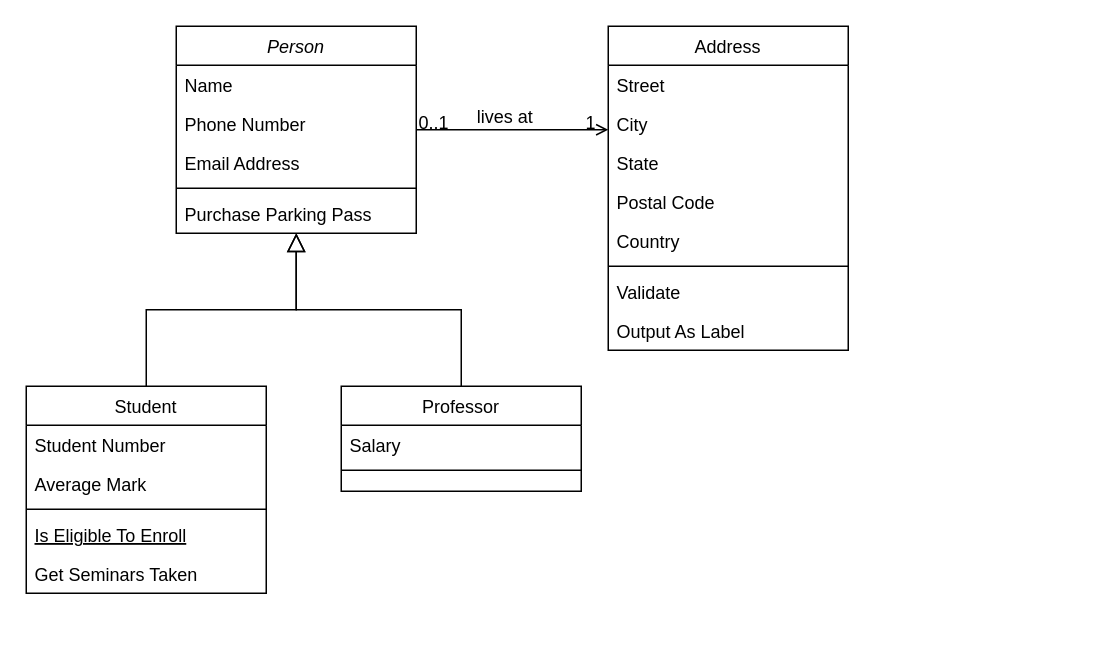
The draw.io diagram 제목 없는 다이어그램.drawio in leejh63/naman, before the edit. Source tidied: cells renumbered, new cells numbered last; positions are measured from the earlier drawing's top-left corner, leaving out a move shared by most shapes. Both pictures are drawn from the tidied source at 150%, with x=0, y=0 at pixel (26, 26).
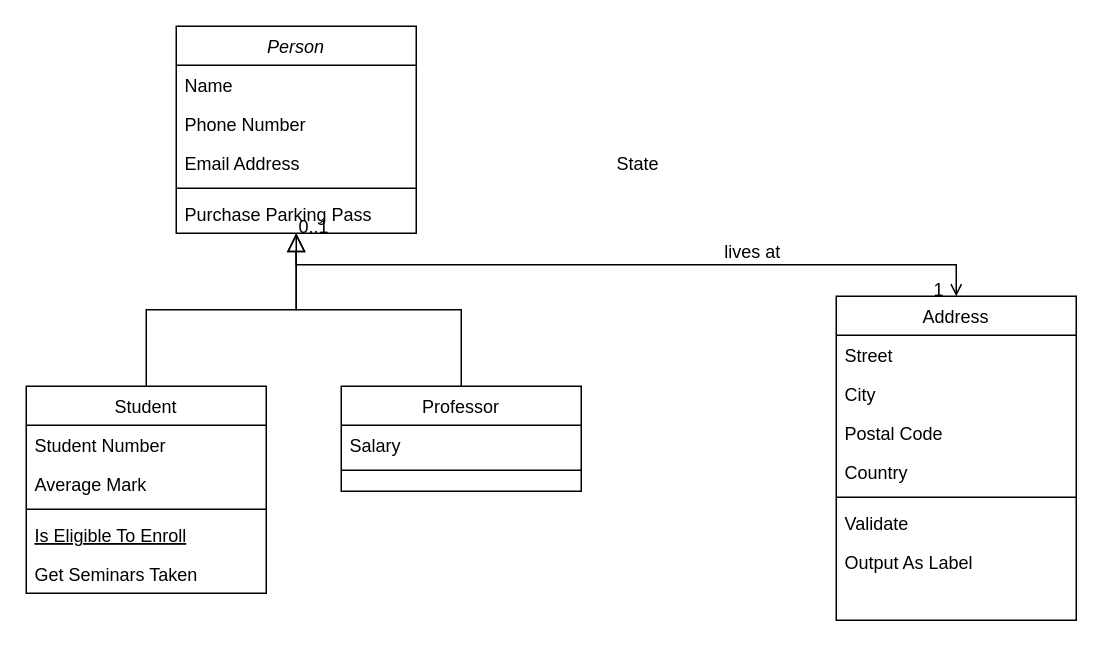
After the change.

Commit message (it also covers changes not shown here):
제목 없는 다이어그램.drawio 업데이트

The edit, as a diff of the source:
```diff
@@
     <mxCell id="19" value="Address" style="swimlane;fontStyle=0;align=center;verticalAlign=top;horizontal=1;startSize=26;rounded=0;shadow=0;strokeWidth=1;" parent="1" vertex="1">
-      <mxGeometry x="388" width="160" height="216" as="geometry" />
+      <mxGeometry x="540" y="180" width="160" height="216" as="geometry" />
     </mxCell>
@@
-    <mxCell id="22" value="State" style="text;align=left;verticalAlign=top;spacingLeft=4;spacingRight=4;overflow=hidden;rounded=0;shadow=0;html=0;" parent="19" vertex="1">
-      <mxGeometry y="78" width="160" height="26" as="geometry" />
-    </mxCell>
     <mxCell id="23" value="Postal Code" style="text;align=left;verticalAlign=top;spacingLeft=4;spacingRight=4;overflow=hidden;rounded=0;shadow=0;html=0;" parent="19" vertex="1">
-      <mxGeometry y="104" width="160" height="26" as="geometry" />
+      <mxGeometry y="78" width="160" height="26" as="geometry" />
     </mxCell>
     <mxCell id="24" value="Country" style="text;align=left;verticalAlign=top;spacingLeft=4;spacingRight=4;overflow=hidden;rounded=0;shadow=0;html=0;" parent="19" vertex="1">
-      <mxGeometry y="130" width="160" height="26" as="geometry" />
+      <mxGeometry y="104" width="160" height="26" as="geometry" />
     </mxCell>
     <mxCell id="25" style="line;html=1;strokeWidth=1;align=left;verticalAlign=middle;spacingTop=-1;spacingLeft=3;spacingRight=3;labelPosition=right;" parent="19" vertex="1">
-      <mxGeometry y="156" width="160" height="8" as="geometry" />
+      <mxGeometry y="130" width="160" height="8" as="geometry" />
     </mxCell>
     <mxCell id="26" value="Validate" style="text;align=left;verticalAlign=top;spacingLeft=4;spacingRight=4;overflow=hidden;" parent="19" vertex="1">
-      <mxGeometry y="164" width="160" height="26" as="geometry" />
+      <mxGeometry y="138" width="160" height="26" as="geometry" />
     </mxCell>
     <mxCell id="27" value="Output As Label" style="text;align=left;verticalAlign=top;spacingLeft=4;spacingRight=4;overflow=hidden;" parent="19" vertex="1">
-      <mxGeometry y="190" width="160" height="26" as="geometry" />
+      <mxGeometry y="164" width="160" height="26" as="geometry" />
     </mxCell>
@@
+    <mxCell id="22" value="State" style="text;align=left;verticalAlign=top;spacingLeft=4;spacingRight=4;overflow=hidden;rounded=0;shadow=0;html=0;" parent="1" vertex="1">
+      <mxGeometry x="388" y="78" width="160" height="26" as="geometry" />
+    </mxCell>
```
